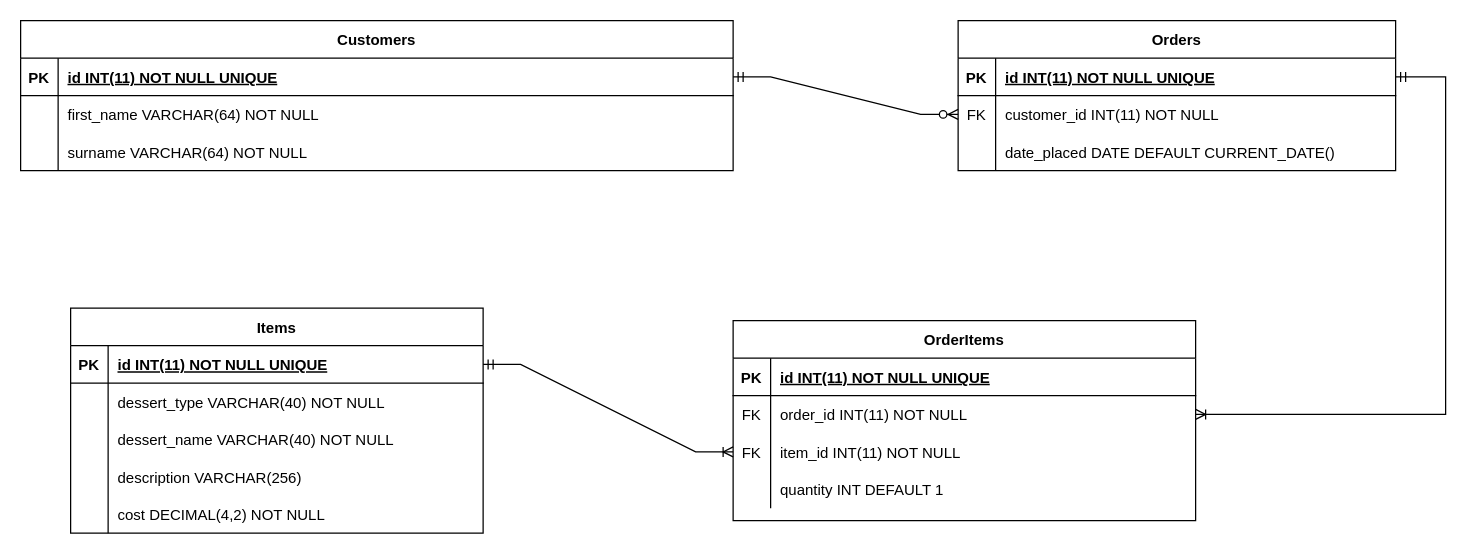
This is Documentation/IMS ERD.drawio from Callum-Robinson/Cal-IMS-Project, a draw.io file, before an edit. Source tidied: cells renumbered, new cells numbered last; positions are measured from the earlier drawing's top-left corner, leaving out a move shared by most shapes. Both pictures are drawn from the tidied source at 125%, with x=0, y=0 at pixel (20, 20).
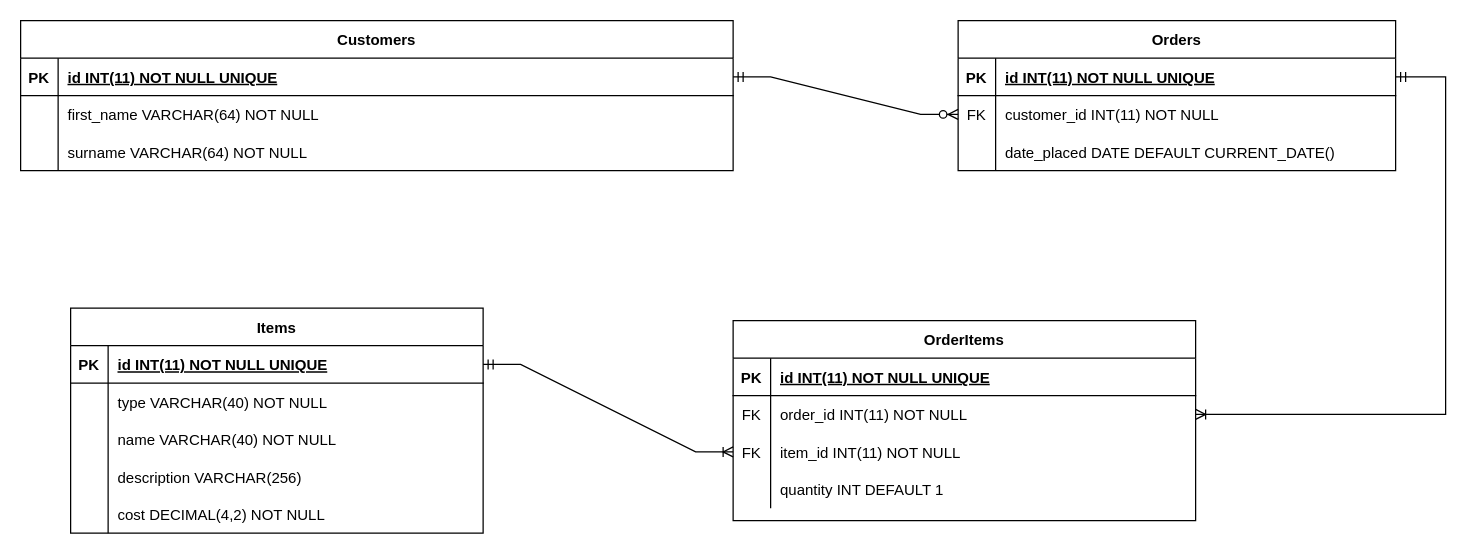
Above is the later version.

The change refers to these unchanged cells:
```xml
<mxCell id="16" style="shape=tableRow;horizontal=0;startSize=0;swimlaneHead=0;swimlaneBody=0;fillColor=none;top=0;left=0;right=0;bottom=0;" parent="12" vertex="1">
  <mxGeometry y="60" width="330" height="30" as="geometry" />
</mxCell>
<mxCell id="19" style="shape=tableRow;horizontal=0;startSize=0;swimlaneHead=0;swimlaneBody=0;fillColor=none;top=0;left=0;right=0;bottom=0;" parent="12" vertex="1">
  <mxGeometry y="90" width="330" height="30" as="geometry" />
</mxCell>
```

Diff of the diagram source:
```diff
@@
-    <mxCell id="18" value="dessert_type VARCHAR(40) NOT NULL" style="shape=partialRectangle;fillColor=none;top=0;left=0;bottom=0;right=0;align=left;spacingLeft=6;overflow=hidden;" parent="16" vertex="1">
+    <mxCell id="18" value="type VARCHAR(40) NOT NULL" style="shape=partialRectangle;fillColor=none;top=0;left=0;bottom=0;right=0;align=left;spacingLeft=6;overflow=hidden;" parent="16" vertex="1">
       <mxGeometry x="30" width="300" height="30" as="geometry" />
     </mxCell>
@@
-    <mxCell id="21" value="dessert_name VARCHAR(40) NOT NULL" style="shape=partialRectangle;fillColor=none;top=0;left=0;bottom=0;right=0;align=left;spacingLeft=6;overflow=hidden;" parent="19" vertex="1">
+    <mxCell id="21" value="name VARCHAR(40) NOT NULL" style="shape=partialRectangle;fillColor=none;top=0;left=0;bottom=0;right=0;align=left;spacingLeft=6;overflow=hidden;" parent="19" vertex="1">
       <mxGeometry x="30" width="300" height="30" as="geometry" />
     </mxCell>
```
